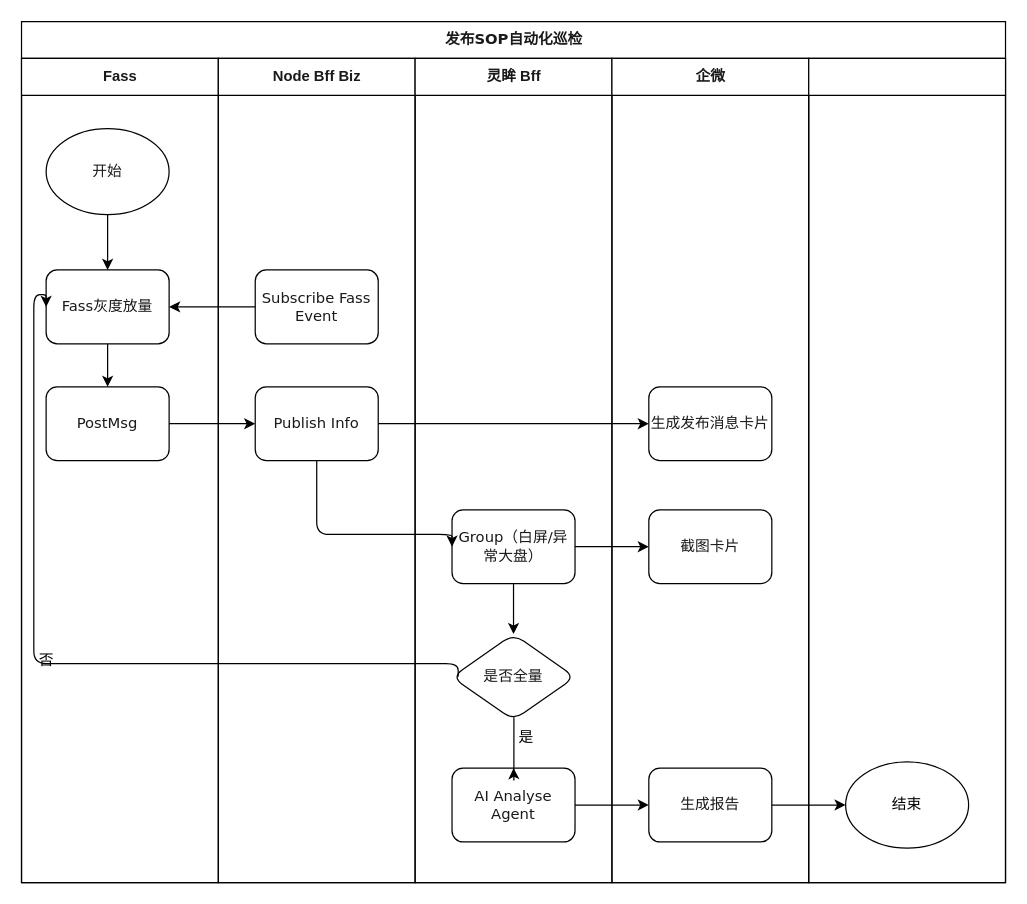
This is AutoPublish.drawio from xkh/DrawIO, a draw.io file, before an edit. Source tidied: cells renumbered, new cells numbered last; positions are measured from the earlier drawing's top-left corner, leaving out a move shared by most shapes. Both pictures are drawn from the tidied source at 123%, with x=0, y=0 at pixel (21, 21).
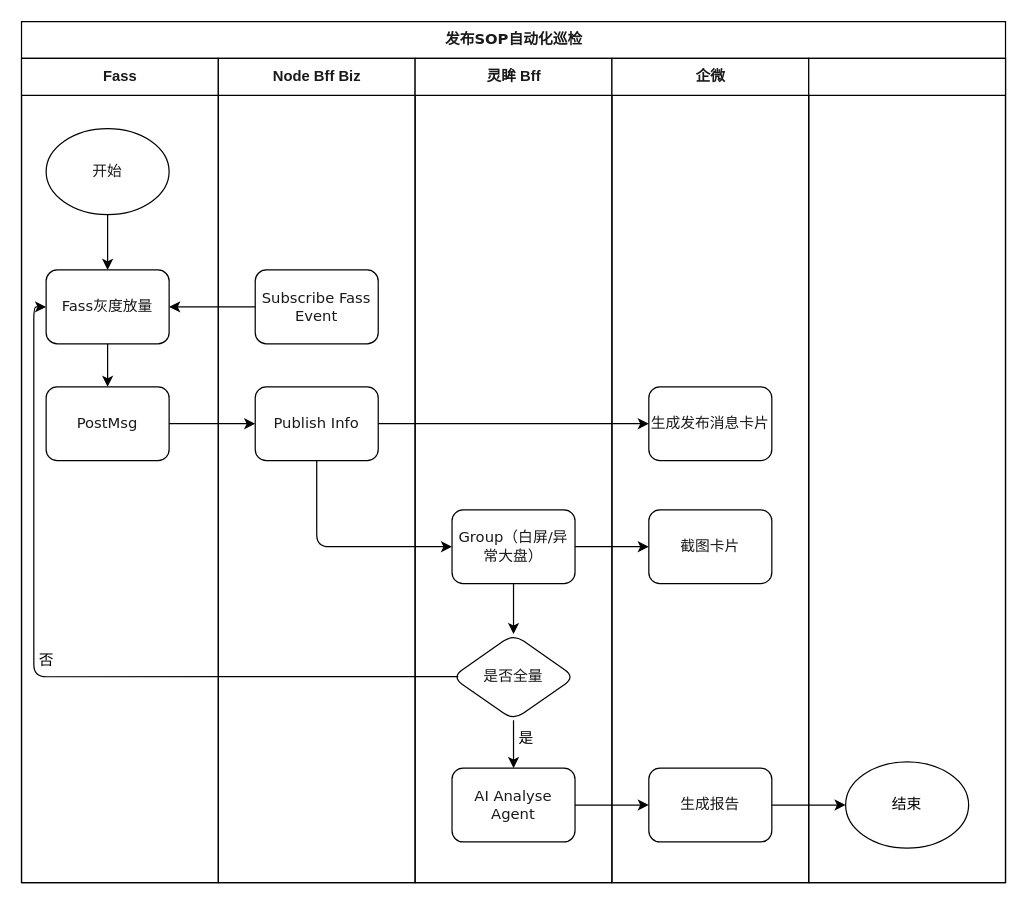
The same page after the edit.

The change refers to these unchanged cells:
```xml
<mxCell id="2" value="发布SOP自动化巡检" style="swimlane;html=1;startSize=30;rounded=0;shadow=0;labelBackgroundColor=none;strokeWidth=1;fontFamily=Verdana;fontSize=12;align=center;fontColor=#1A1A1A;" parent="1" vertex="1">
  <mxGeometry width="800" height="700" as="geometry" />
</mxCell>
<mxCell id="5" value="Fass灰度放量" style="rounded=1;whiteSpace=wrap;html=1;shadow=0;labelBackgroundColor=none;strokeWidth=1;fontFamily=Verdana;fontSize=12;align=center;fontColor=#1A1A1A;" parent="3" vertex="1">
  <mxGeometry x="20" y="172" width="100" height="60" as="geometry" />
</mxCell>
<mxCell id="12" value="Publish Info" style="rounded=1;whiteSpace=wrap;html=1;shadow=0;labelBackgroundColor=none;strokeWidth=1;fontFamily=Verdana;fontSize=12;align=center;fontColor=#1A1A1A;" parent="10" vertex="1">
  <mxGeometry x="30" y="267" width="100" height="60" as="geometry" />
</mxCell>
<mxCell id="13" value="灵眸 Bff" style="swimlane;html=1;startSize=30;fontSize=12;fontColor=#1A1A1A;" parent="2" vertex="1">
  <mxGeometry x="320" y="30" width="160" height="670" as="geometry" />
</mxCell>
<mxCell id="15" value="Group（白屏/异常大盘）" style="rounded=1;whiteSpace=wrap;html=1;shadow=0;labelBackgroundColor=none;strokeWidth=1;fontFamily=Verdana;fontSize=12;align=center;fontColor=#1A1A1A;" parent="13" vertex="1">
  <mxGeometry x="30" y="367" width="100" height="60" as="geometry" />
</mxCell>
<mxCell id="16" value="AI Analyse Agent" style="rounded=1;whiteSpace=wrap;html=1;shadow=0;labelBackgroundColor=none;strokeWidth=1;fontFamily=Verdana;fontSize=12;align=center;fontColor=#1A1A1A;" parent="13" vertex="1">
  <mxGeometry x="30" y="577" width="100" height="60" as="geometry" />
</mxCell>
<mxCell id="18" value="是否全量" style="rhombus;whiteSpace=wrap;html=1;rounded=1;shadow=0;labelBackgroundColor=none;strokeWidth=1;fontFamily=Verdana;fontSize=12;align=center;fontColor=#1A1A1A;" parent="13" vertex="1">
  <mxGeometry x="30" y="468" width="100" height="70" as="geometry" />
</mxCell>
```

What changed in the source:
```diff
@@
-    <mxCell id="17" style="edgeStyle=orthogonalEdgeStyle;rounded=0;jettySize=auto;html=1;exitX=0.258;exitY=-0.044;exitDx=0;exitDy=0;exitPerimeter=0;" parent="13" edge="1" source="19" target="16">
-      <mxGeometry relative="1" as="geometry" />
-    </mxCell>
+    <mxCell id="34" style="edgeStyle=orthogonalEdgeStyle;rounded=0;jettySize=auto;html=1;" parent="13" edge="1" source="18" target="16">
+      <mxGeometry relative="1" as="geometry" />
+    </mxCell>
@@
     <mxCell id="19" value="是" style="text;html=1;align=center;verticalAlign=middle;points=[];strokeColor=none;fillColor=none;" parent="13" vertex="1">
-      <mxGeometry x="70" y="537" width="40" height="30" as="geometry" />
+      <mxGeometry x="70" y="538" width="40" height="30" as="geometry" />
     </mxCell>
@@
     <mxCell id="29" style="edgeStyle=orthogonalEdgeStyle;rounded=1;jettySize=auto;html=1;entryX=0;entryY=0.5;entryDx=0;entryDy=0;curved=0;" parent="2" edge="1" source="12" target="15">
       <mxGeometry relative="1" as="geometry">
         <Array as="points">
-          <mxPoint x="240" y="417" />
+          <mxPoint x="240" y="427" />
         </Array>
       </mxGeometry>
     </mxCell>
@@
     <mxCell id="32" style="edgeStyle=orthogonalEdgeStyle;rounded=1;jettySize=auto;html=1;entryX=0;entryY=0.5;entryDx=0;entryDy=0;curved=0;exitX=0.05;exitY=0.495;exitDx=0;exitDy=0;exitPerimeter=0;" parent="2" edge="1" source="18" target="5">
       <mxGeometry relative="1" as="geometry">
         <Array as="points">
-          <mxPoint x="10" y="522" />
-          <mxPoint x="10" y="222" />
+          <mxPoint x="10" y="533" />
+          <mxPoint x="10" y="232" />
         </Array>
       </mxGeometry>
     </mxCell>
```
